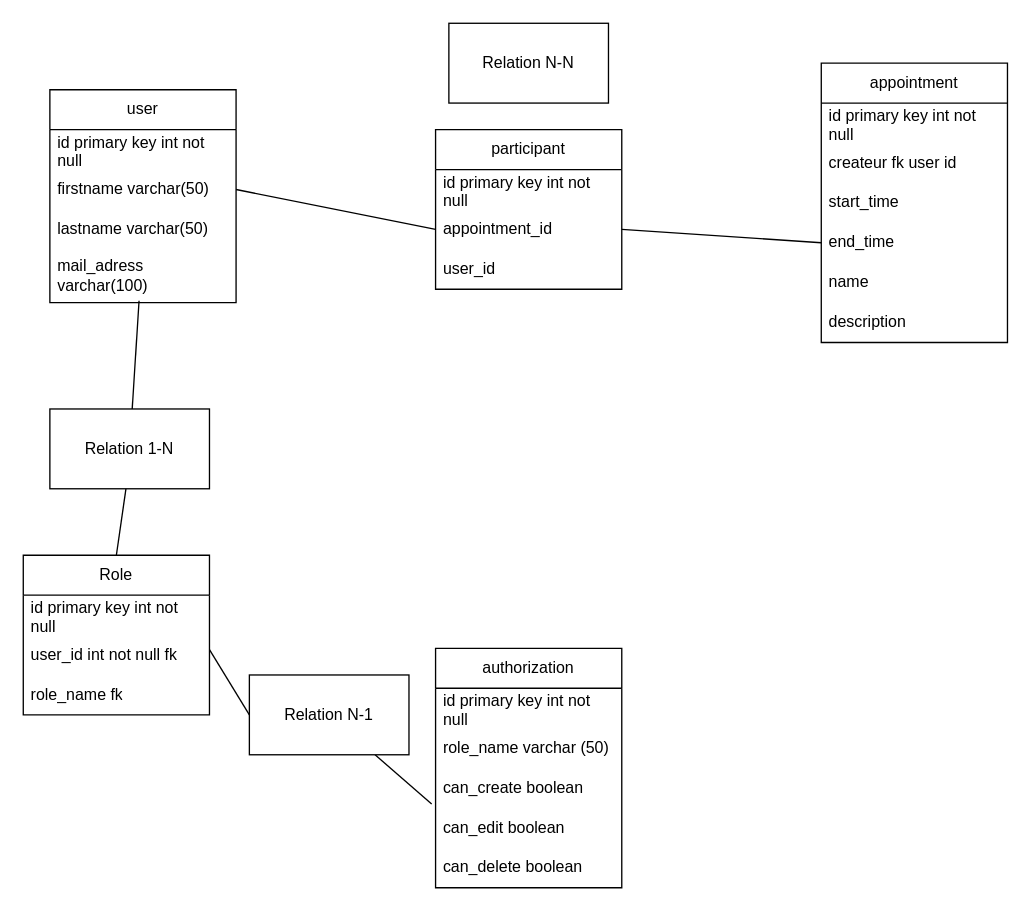
Earlier version of the draw.io diagram Diagramme sans nom.drawio (mathiasSuchail/diagram). Source tidied: cells renumbered, new cells numbered last; positions are measured from the earlier drawing's top-left corner, leaving out a move shared by most shapes. Both pictures are drawn from the tidied source at 133%, with x=0, y=0 at pixel (23, 23).
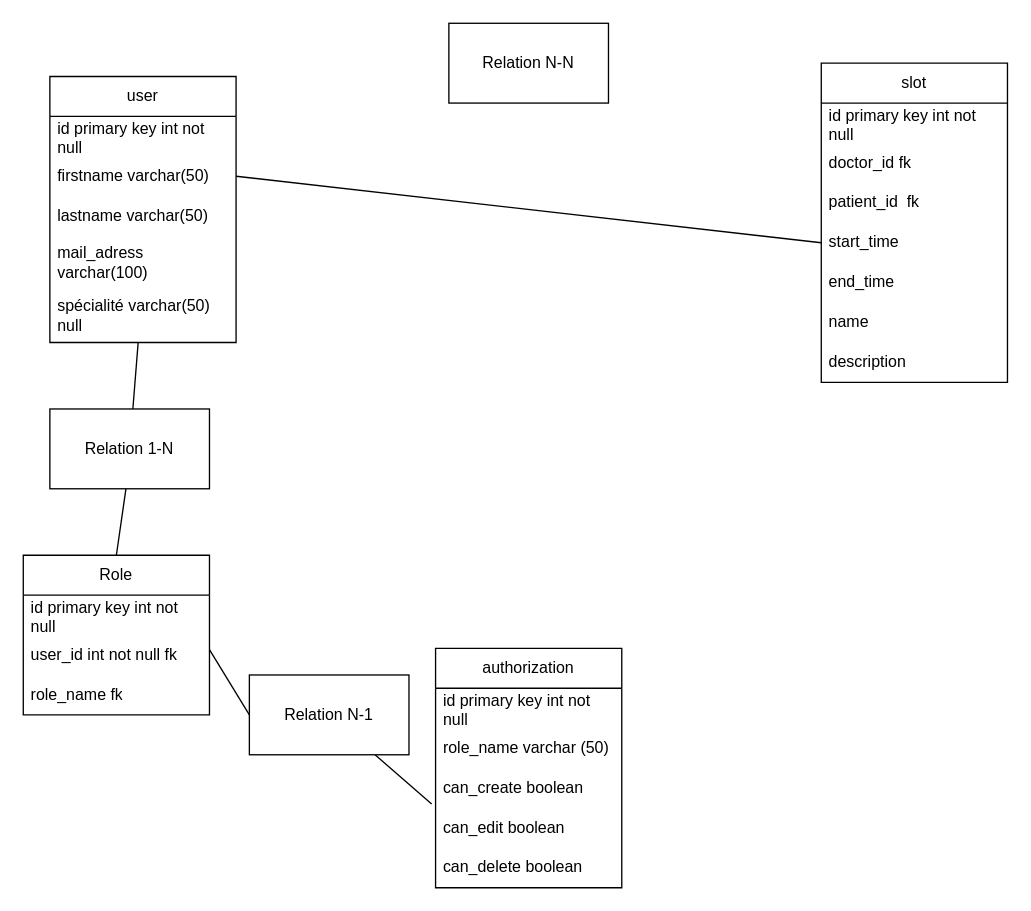
The same diagram, later.

Commit message:
Mettre à jour Diagramme sans nom.drawio

Unchanged cells that the change refers to:
```xml
<mxCell id="4" value="firstname varchar(50)" style="text;strokeColor=none;fillColor=none;align=left;verticalAlign=middle;spacingLeft=4;spacingRight=4;overflow=hidden;points=[[0,0.5],[1,0.5]];portConstraint=eastwest;whiteSpace=wrap;html=1;" parent="2" vertex="1">
  <mxGeometry y="60" width="140" height="30" as="geometry" />
</mxCell>
<mxCell id="6" value="mail_adress varchar(100)" style="text;strokeColor=none;fillColor=none;align=left;verticalAlign=middle;spacingLeft=4;spacingRight=4;overflow=hidden;points=[[0,0.5],[1,0.5]];portConstraint=eastwest;whiteSpace=wrap;html=1;" parent="2" vertex="1">
  <mxGeometry y="120" width="140" height="40" as="geometry" />
</mxCell>
<mxCell id="28" value="Relation 1-N" style="whiteSpace=wrap;html=1;" parent="1" vertex="1">
  <mxGeometry x="20" y="290" width="120" height="60" as="geometry" />
</mxCell>
```

What changed in the source:
```diff
@@
     <mxCell id="2" value="user" style="swimlane;fontStyle=0;horizontal=1;startSize=30;whiteSpace=wrap;html=1;" parent="1" vertex="1">
-      <mxGeometry x="20" y="50" width="140" height="160" as="geometry" />
+      <mxGeometry x="20" y="40" width="140" height="200" as="geometry" />
     </mxCell>
@@
+    <mxCell id="37" value="spécialité varchar(50) null" style="text;strokeColor=none;fillColor=none;align=left;verticalAlign=middle;spacingLeft=4;spacingRight=4;overflow=hidden;points=[[0,0.5],[1,0.5]];portConstraint=eastwest;whiteSpace=wrap;html=1;" parent="2" vertex="1">
+      <mxGeometry y="160" width="140" height="40" as="geometry" />
+    </mxCell>
-    <mxCell id="7" value="appointment" style="swimlane;fontStyle=0;horizontal=1;startSize=30;whiteSpace=wrap;html=1;" parent="1" vertex="1">
-      <mxGeometry x="600" y="30" width="140" height="210" as="geometry" />
+    <mxCell id="7" value="slot" style="swimlane;fontStyle=0;horizontal=1;startSize=30;whiteSpace=wrap;html=1;" parent="1" vertex="1">
+      <mxGeometry x="600" y="30" width="140" height="240" as="geometry" />
     </mxCell>
@@
-    <mxCell id="9" value="createur fk user id" style="text;strokeColor=none;fillColor=none;align=left;verticalAlign=middle;spacingLeft=4;spacingRight=4;overflow=hidden;whiteSpace=wrap;html=1;" parent="7" vertex="1">
+    <mxCell id="9" value="doctor_id fk" style="text;strokeColor=none;fillColor=none;align=left;verticalAlign=middle;spacingLeft=4;spacingRight=4;overflow=hidden;whiteSpace=wrap;html=1;" parent="7" vertex="1">
       <mxGeometry y="60" width="140" height="30" as="geometry" />
     </mxCell>
+    <mxCell id="38" value="patient_id&amp;nbsp; fk" style="text;strokeColor=none;fillColor=none;align=left;verticalAlign=middle;spacingLeft=4;spacingRight=4;overflow=hidden;whiteSpace=wrap;html=1;" parent="7" vertex="1">
+      <mxGeometry y="90" width="140" height="30" as="geometry" />
+    </mxCell>
     <mxCell id="10" value="start_time" style="text;strokeColor=none;fillColor=none;align=left;verticalAlign=middle;spacingLeft=4;spacingRight=4;overflow=hidden;points=[[0,0.5],[1,0.5]];portConstraint=eastwest;whiteSpace=wrap;html=1;" parent="7" vertex="1">
-      <mxGeometry y="90" width="140" height="30" as="geometry" />
+      <mxGeometry y="120" width="140" height="30" as="geometry" />
     </mxCell>
     <mxCell id="11" value="end_time" style="text;strokeColor=none;fillColor=none;align=left;verticalAlign=middle;spacingLeft=4;spacingRight=4;overflow=hidden;points=[[0,0.5],[1,0.5]];portConstraint=eastwest;whiteSpace=wrap;html=1;" parent="7" vertex="1">
-      <mxGeometry y="120" width="140" height="30" as="geometry" />
+      <mxGeometry y="150" width="140" height="30" as="geometry" />
     </mxCell>
     <mxCell id="12" value="name" style="text;strokeColor=none;fillColor=none;align=left;verticalAlign=middle;spacingLeft=4;spacingRight=4;overflow=hidden;whiteSpace=wrap;html=1;" parent="7" vertex="1">
-      <mxGeometry y="150" width="140" height="30" as="geometry" />
+      <mxGeometry y="180" width="140" height="30" as="geometry" />
     </mxCell>
     <mxCell id="13" value="description" style="text;strokeColor=none;fillColor=none;align=left;verticalAlign=middle;spacingLeft=4;spacingRight=4;overflow=hidden;whiteSpace=wrap;html=1;" parent="7" vertex="1">
-      <mxGeometry y="180" width="140" height="30" as="geometry" />
+      <mxGeometry y="210" width="140" height="30" as="geometry" />
     </mxCell>
@@
-    <mxCell id="27" style="endArrow=none;html=1;rounded=0;exitX=0.479;exitY=0.967;exitDx=0;exitDy=0;exitPerimeter=0;" parent="1" edge="1" source="6" target="28">
+    <mxCell id="27" style="endArrow=none;html=1;rounded=0;exitX=0.474;exitY=1.007;exitDx=0;exitDy=0;exitPerimeter=0;" parent="1" edge="1" source="37" target="28">
       <mxGeometry relative="1" as="geometry" />
     </mxCell>
@@
-    <mxCell id="29" value="participant" style="swimlane;fontStyle=0;horizontal=1;startSize=30;whiteSpace=wrap;html=1;" parent="1" vertex="1">
-      <mxGeometry x="310" y="80" width="140" height="120" as="geometry" />
-    </mxCell>
-    <mxCell id="30" value="id primary key int not null" style="text;strokeColor=none;fillColor=none;align=left;verticalAlign=middle;spacingLeft=4;spacingRight=4;overflow=hidden;whiteSpace=wrap;html=1;" parent="29" vertex="1">
-      <mxGeometry y="30" width="140" height="30" as="geometry" />
-    </mxCell>
-    <mxCell id="31" value="appointment_id" style="text;strokeColor=none;fillColor=none;align=left;verticalAlign=middle;spacingLeft=4;spacingRight=4;overflow=hidden;points=[[0,0.5],[1,0.5]];portConstraint=eastwest;whiteSpace=wrap;html=1;" parent="29" vertex="1">
-      <mxGeometry y="60" width="140" height="30" as="geometry" />
-    </mxCell>
-    <mxCell id="32" value="user_id" style="text;strokeColor=none;fillColor=none;align=left;verticalAlign=middle;spacingLeft=4;spacingRight=4;overflow=hidden;whiteSpace=wrap;html=1;" parent="29" vertex="1">
-      <mxGeometry y="90" width="140" height="30" as="geometry" />
-    </mxCell>
-    <mxCell id="33" style="endArrow=none;html=1;rounded=0;exitX=1;exitY=0.5;exitDx=0;exitDy=0;entryX=0;entryY=0.5;entryDx=0;entryDy=0;" parent="1" edge="1" source="4" target="31">
+    <mxCell id="33" style="endArrow=none;html=1;rounded=0;exitX=1;exitY=0.5;exitDx=0;exitDy=0;entryX=0;entryY=0.5;entryDx=0;entryDy=0;" parent="1" edge="1" source="4" target="10">
       <mxGeometry relative="1" as="geometry" />
     </mxCell>
-    <mxCell id="34" style="endArrow=none;html=1;rounded=0;entryX=1;entryY=0.5;entryDx=0;entryDy=0;exitX=0;exitY=0.5;exitDx=0;exitDy=0;" parent="1" edge="1" source="11" target="31">
-      <mxGeometry relative="1" as="geometry" />
-    </mxCell>
```
